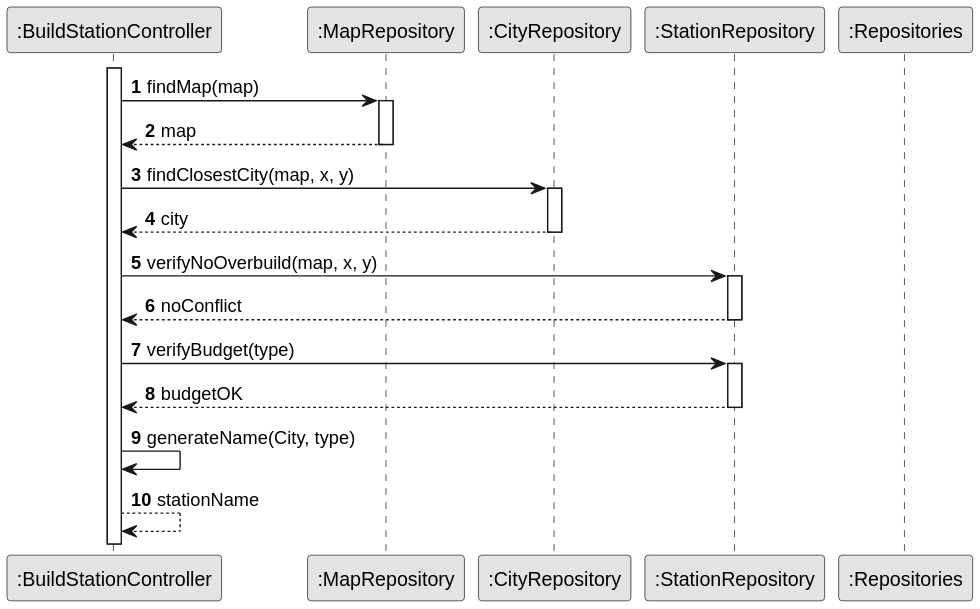
Above: docs/system-documentation/US005/03.design/svg/US005-SD-validateAndName.svg in goncalolopesp/sem2-pi-24.25-g093-repo (PlantUML), before the change.
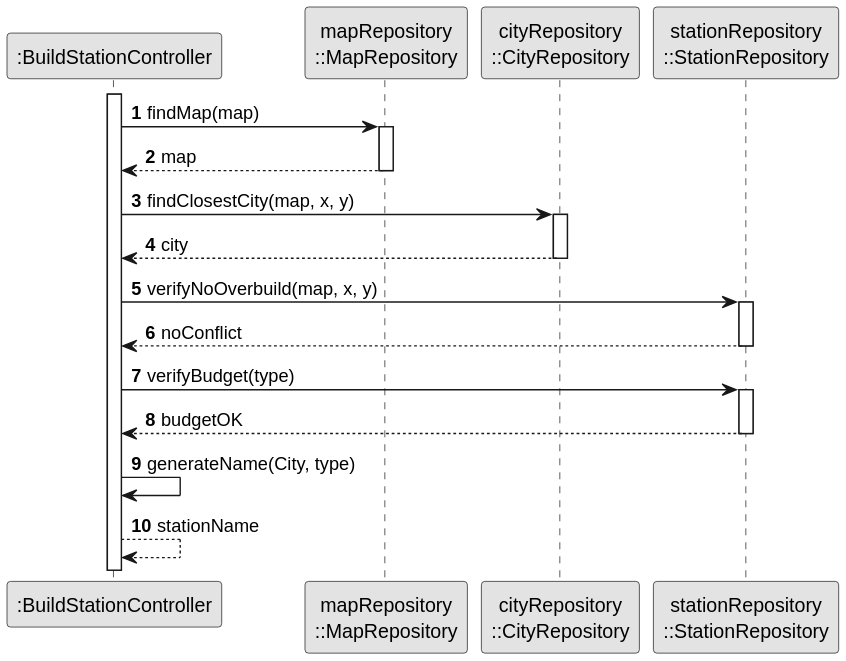
Above is the later version.

Diff of the diagram source:
```diff
@@ -5,10 +5,9 @@
 
 autonumber
 participant ":BuildStationController" as BuildController
-participant ":MapRepository" as MapRepo
-participant ":CityRepository" as CityRepo
-participant ":StationRepository" as StationRepo
-participant ":Repositories" as Repositories
+participant "mapRepository\n::MapRepository" as MapRepo
+participant "cityRepository\n::CityRepository" as CityRepo
+participant "stationRepository\n::StationRepository" as StationRepo
 
 activate BuildController
 
```
